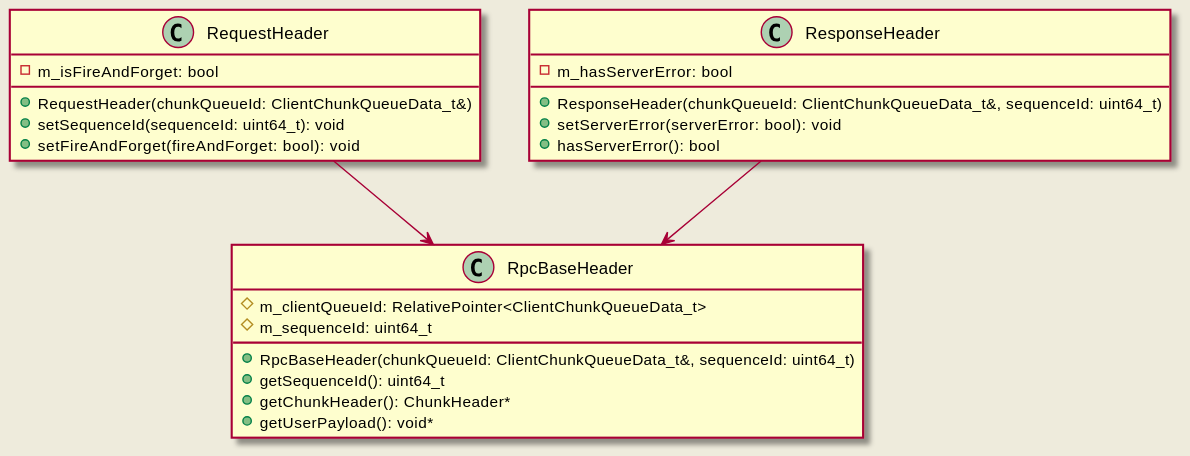
Above: doc/design/diagrams/request_response_header.svg in eclipse-iceoryx/iceoryx (PlantUML), before the change. Its source is kept beside it as doc/design/diagrams/request_response_header.puml.
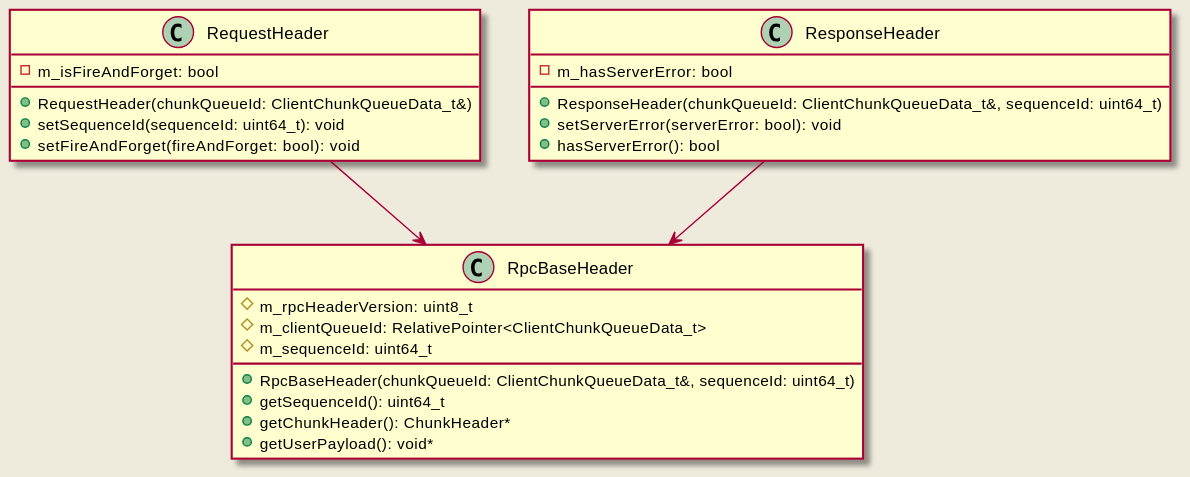
Above is the later version.

Commit message:
iox-#27 Add version info

What changed in the source:
```diff
@@ -6,6 +6,7 @@
   + getSequenceId(): uint64_t
   + getChunkHeader(): ChunkHeader*
   + getUserPayload(): void*
+  # m_rpcHeaderVersion: uint8_t
   # m_clientQueueId: RelativePointer<ClientChunkQueueData_t>
   # m_sequenceId: uint64_t
 }
```
